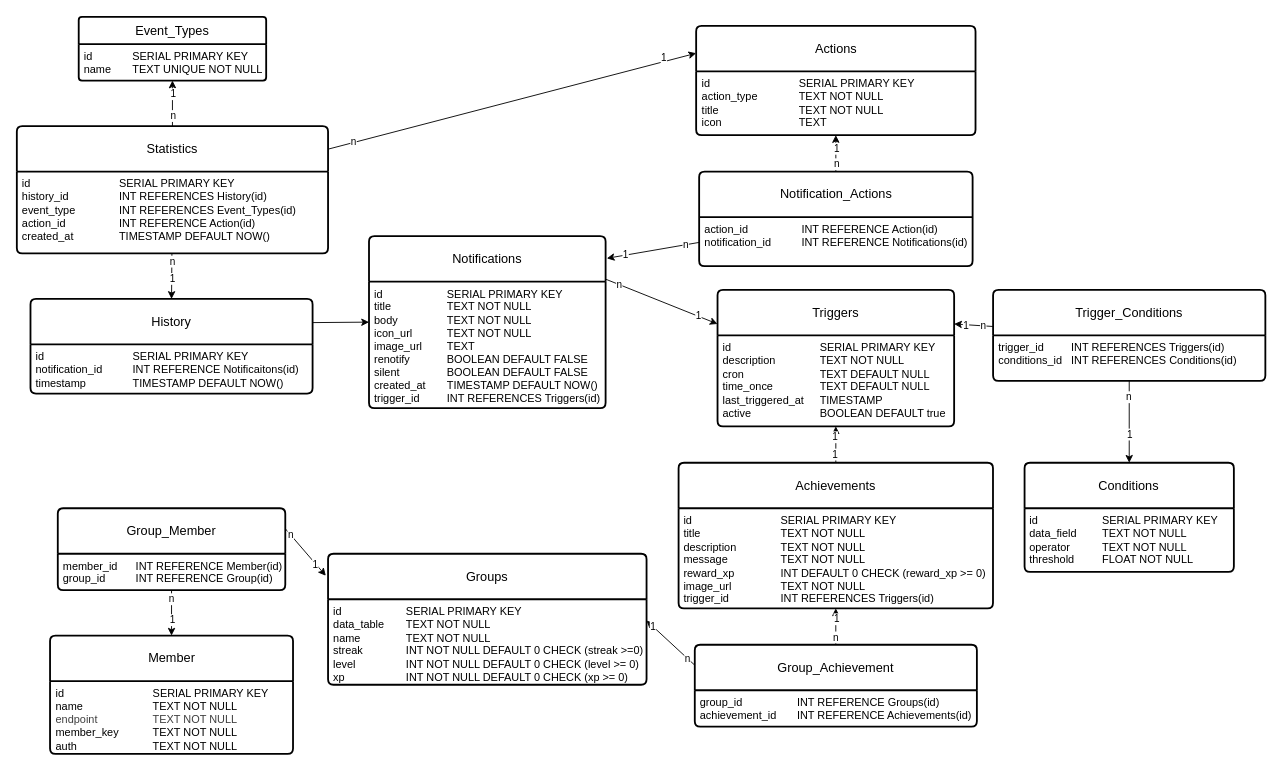
Before: Database/docs/database_construction.drawio in olHannes/WebPush-Docs, a draw.io diagram. Source tidied: cells renumbered, new cells numbered last; positions are measured from the earlier drawing's top-left corner, leaving out a move shared by most shapes. Both pictures are drawn from the tidied source at 91%, with x=0, y=0 at pixel (16, 16).
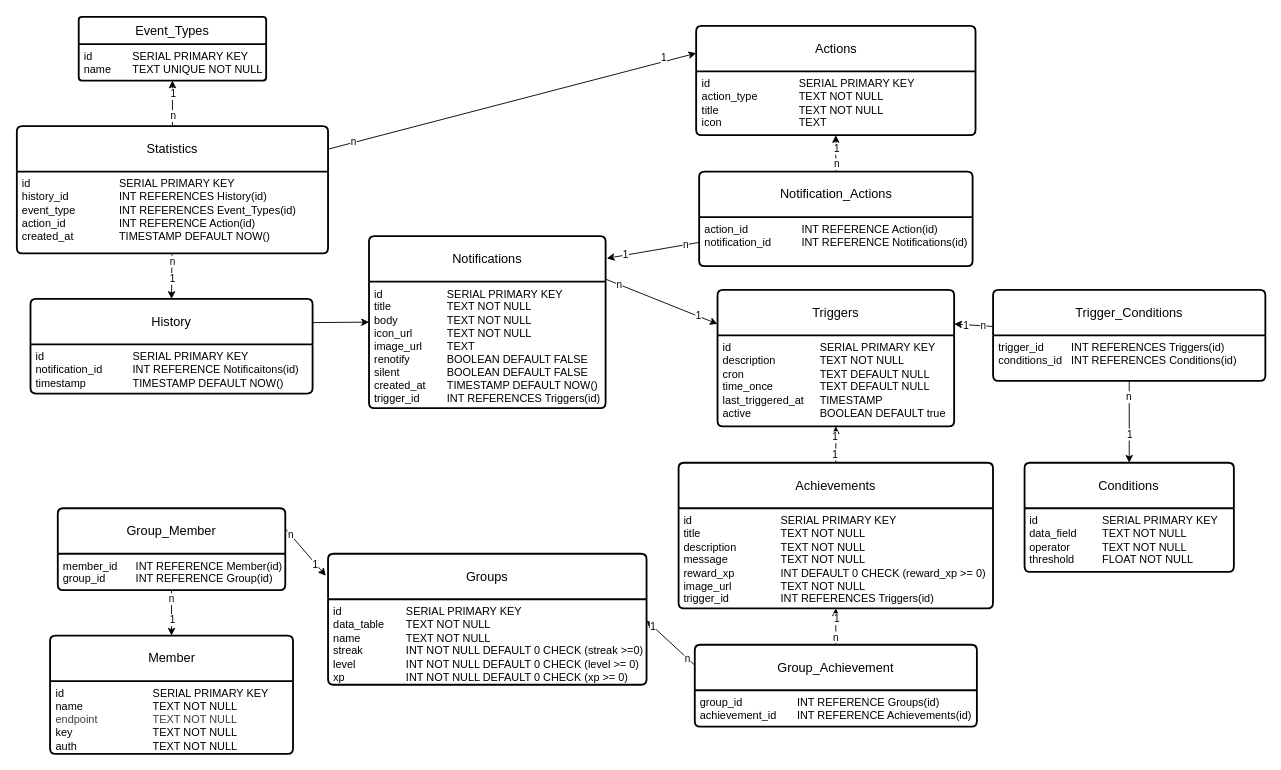
Above is the later version.

Commit message (it also covers changes not shown here):
renamed member_key to "key"

Unchanged cells that the change refers to:
```xml
<mxCell id="37" value="Member" style="swimlane;horizontal=1;startSize=50;rounded=1;fontSize=14;fontStyle=0;strokeWidth=2;shadow=0;dashed=0;align=center;arcSize=4;whiteSpace=wrap;html=1;" parent="1" vertex="1">
  <mxGeometry x="36.5" y="680" width="267" height="130" as="geometry" />
</mxCell>
```

The edit, as a diff of the source:
```diff
@@
-    <mxCell id="38" value="id&lt;span style=&quot;white-space: pre;&quot;&gt;&#9;&lt;/span&gt;&lt;span style=&quot;white-space: pre;&quot;&gt;&#9;&lt;/span&gt;&lt;span style=&quot;white-space: pre;&quot;&gt;&#9;&lt;span style=&quot;white-space: pre;&quot;&gt;&#9;&lt;/span&gt;&lt;/span&gt;SERIAL PRIMARY KEY&lt;div&gt;name&lt;span style=&quot;white-space: pre;&quot;&gt;&#9;&lt;/span&gt;&lt;span style=&quot;white-space: pre;&quot;&gt;&#9;&lt;/span&gt;&lt;span style=&quot;white-space: pre;&quot;&gt;&#9;&lt;/span&gt;TEXT NOT NULL&lt;/div&gt;&lt;div&gt;&lt;span style=&quot;color: rgb(63, 63, 63); background-color: transparent;&quot;&gt;endpoint&lt;/span&gt;&lt;span style=&quot;color: rgb(63, 63, 63); background-color: transparent; white-space-collapse: preserve;&quot;&gt;&#9;&lt;/span&gt;&lt;span style=&quot;color: rgb(63, 63, 63); background-color: transparent; white-space-collapse: preserve;&quot;&gt;&#9;&lt;span style=&quot;white-space: pre;&quot;&gt;&#9;&lt;/span&gt;&lt;/span&gt;&lt;span style=&quot;color: rgb(63, 63, 63); background-color: transparent;&quot;&gt;TEXT NOT NULL&lt;/span&gt;&lt;/div&gt;&lt;div&gt;member_key&lt;span style=&quot;white-space: pre;&quot;&gt;&#9;&lt;/span&gt;&lt;span style=&quot;white-space: pre;&quot;&gt;&#9;&lt;/span&gt;TEXT NOT NULL&lt;/div&gt;&lt;div&gt;auth&lt;span style=&quot;white-space: pre;&quot;&gt;&#9;&lt;/span&gt;&lt;span style=&quot;white-space: pre;&quot;&gt;&#9;&lt;/span&gt;&lt;span style=&quot;white-space: pre;&quot;&gt;&#9;&lt;/span&gt;&lt;span style=&quot;white-space: pre;&quot;&gt;&#9;&lt;/span&gt;TEXT NOT NULL&lt;/div&gt;" style="align=left;strokeColor=none;fillColor=none;spacingLeft=4;fontSize=12;verticalAlign=top;html=1;" parent="37" vertex="1">
+    <mxCell id="38" value="id&lt;span style=&quot;white-space: pre;&quot;&gt;&#9;&lt;/span&gt;&lt;span style=&quot;white-space: pre;&quot;&gt;&#9;&lt;/span&gt;&lt;span style=&quot;white-space: pre;&quot;&gt;&#9;&lt;span style=&quot;white-space: pre;&quot;&gt;&#9;&lt;/span&gt;&lt;/span&gt;SERIAL PRIMARY KEY&lt;div&gt;name&lt;span style=&quot;white-space: pre;&quot;&gt;&#9;&lt;/span&gt;&lt;span style=&quot;white-space: pre;&quot;&gt;&#9;&lt;/span&gt;&lt;span style=&quot;white-space: pre;&quot;&gt;&#9;&lt;/span&gt;TEXT NOT NULL&lt;/div&gt;&lt;div&gt;&lt;span style=&quot;color: rgb(63, 63, 63); background-color: transparent;&quot;&gt;endpoint&lt;/span&gt;&lt;span style=&quot;color: rgb(63, 63, 63); background-color: transparent; white-space-collapse: preserve;&quot;&gt;&#9;&lt;/span&gt;&lt;span style=&quot;color: rgb(63, 63, 63); background-color: transparent; white-space-collapse: preserve;&quot;&gt;&#9;&lt;span style=&quot;white-space: pre;&quot;&gt;&#9;&lt;/span&gt;&lt;/span&gt;&lt;span style=&quot;color: rgb(63, 63, 63); background-color: transparent;&quot;&gt;TEXT NOT NULL&lt;/span&gt;&lt;/div&gt;&lt;div&gt;key&lt;span style=&quot;white-space: pre;&quot;&gt;&#9;&lt;/span&gt;&lt;span style=&quot;white-space: pre;&quot;&gt;&#9;&lt;span style=&quot;white-space: pre;&quot;&gt;&#9;&lt;/span&gt;&lt;span style=&quot;white-space: pre;&quot;&gt;&#9;&lt;/span&gt;&lt;/span&gt;TEXT NOT NULL&lt;/div&gt;&lt;div&gt;auth&lt;span style=&quot;white-space: pre;&quot;&gt;&#9;&lt;/span&gt;&lt;span style=&quot;white-space: pre;&quot;&gt;&#9;&lt;/span&gt;&lt;span style=&quot;white-space: pre;&quot;&gt;&#9;&lt;/span&gt;&lt;span style=&quot;white-space: pre;&quot;&gt;&#9;&lt;/span&gt;TEXT NOT NULL&lt;/div&gt;" style="align=left;strokeColor=none;fillColor=none;spacingLeft=4;fontSize=12;verticalAlign=top;html=1;" parent="37" vertex="1">
       <mxGeometry y="50" width="267" height="80" as="geometry" />
     </mxCell>
```
